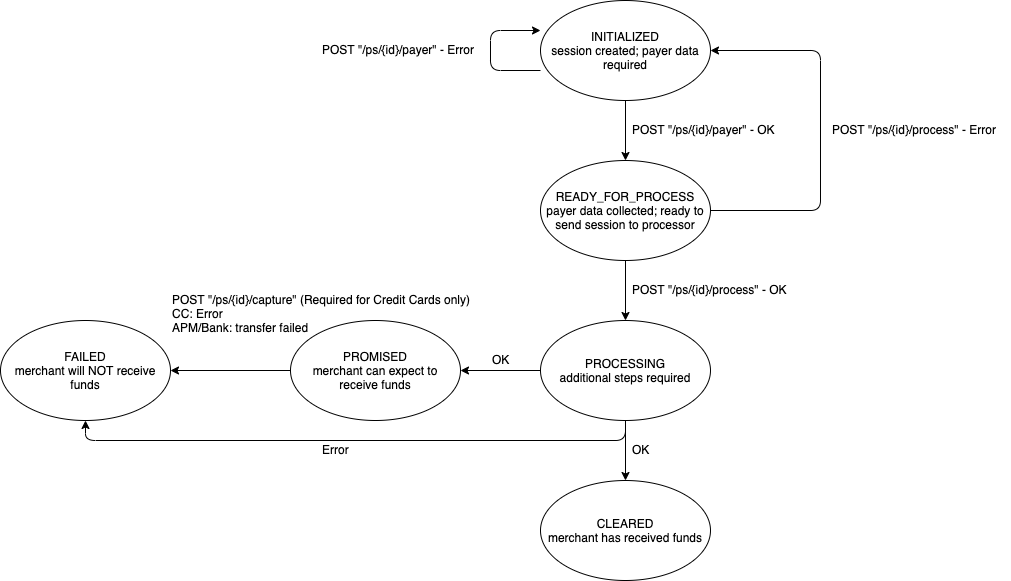
touchnetglobalpayments/broker-web-sdk keeps this draw.io diagram as docs/PaymentSession-StatusFlow.png. Above is the earlier version. Source tidied: cells renumbered, new cells last; positions are measured from the earlier drawing's top-left corner, leaving out a move shared by most shapes.
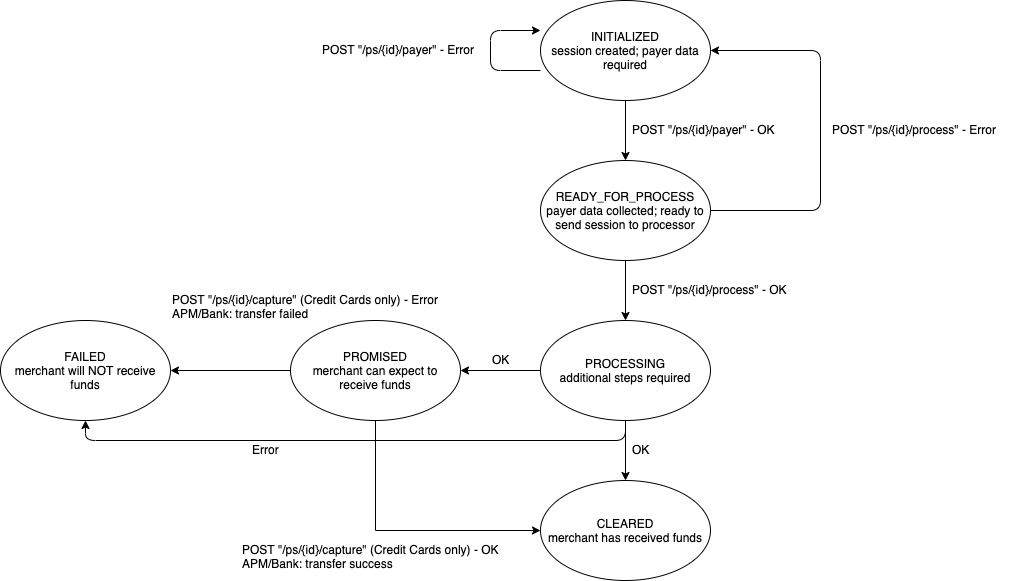
The same file after the commit.

Commit message:
Align the numbered steps here with the application integration flow on the payment broker user guide; Add another needed transition from

Diff of the diagram source:
```diff
@@ -37,6 +37,9 @@
     <mxCell id="11" style="edgeStyle=orthogonalEdgeStyle;rounded=0;jettySize=auto;html=1;exitX=0;exitY=0.5;exitDx=0;exitDy=0;entryX=1;entryY=0.5;entryDx=0;entryDy=0;" parent="1" edge="1" source="12" target="13">
       <mxGeometry relative="1" as="geometry" />
     </mxCell>
+    <mxCell id="24" style="edgeStyle=orthogonalEdgeStyle;rounded=0;jettySize=auto;html=1;entryX=0;entryY=0.5;entryDx=0;entryDy=0;exitX=0.5;exitY=1;exitDx=0;exitDy=0;" parent="1" edge="1" source="12" target="14">
+      <mxGeometry relative="1" as="geometry" />
+    </mxCell>
     <mxCell id="12" value="PROMISED&lt;br&gt;merchant can expect to receive funds" style="ellipse;whiteSpace=wrap;html=1;" parent="1" vertex="1">
       <mxGeometry x="290" y="320" width="170" height="100" as="geometry" />
     </mxCell>
@@ -58,8 +61,8 @@
     <mxCell id="18" value="POST &quot;/ps/{id}/process&quot; - OK" style="text;html=1;align=left;verticalAlign=top;spacingTop=-4;" parent="1" vertex="1">
       <mxGeometry x="630" y="280" width="170" height="20" as="geometry" />
     </mxCell>
-    <mxCell id="19" value="POST &quot;/ps/{id}/capture&quot; (Required for Credit Cards only)&lt;br&gt;CC: Error&lt;br&gt;APM/Bank: transfer failed" style="text;html=1;align=left;verticalAlign=top;spacingTop=-4;" parent="1" vertex="1">
-      <mxGeometry x="170" y="290" width="310" height="40" as="geometry" />
+    <mxCell id="19" value="POST &quot;/ps/{id}/capture&quot; (Credit Cards only) - Error&lt;br&gt;APM/Bank: transfer failed" style="text;html=1;align=left;verticalAlign=top;spacingTop=-4;" parent="1" vertex="1">
+      <mxGeometry x="170" y="290" width="280" height="30" as="geometry" />
     </mxCell>
     <mxCell id="20" value="POST &quot;/ps/{id}/payer&quot;&amp;nbsp;- Error" style="text;html=1;align=left;verticalAlign=top;spacingTop=-4;" parent="1" vertex="1">
       <mxGeometry x="320" y="40" width="170" height="20" as="geometry" />
@@ -75,10 +78,13 @@
       </mxGeometry>
     </mxCell>
     <mxCell id="22" value="Error" style="text;html=1;align=left;verticalAlign=top;spacingTop=-4;" parent="1" vertex="1">
-      <mxGeometry x="320" y="440" width="40" height="20" as="geometry" />
+      <mxGeometry x="250" y="440" width="40" height="20" as="geometry" />
     </mxCell>
     <mxCell id="23" value="POST &quot;/ps/{id}/process&quot;&amp;nbsp;- Error" style="text;html=1;align=left;verticalAlign=top;spacingTop=-4;" parent="1" vertex="1">
       <mxGeometry x="830" y="120" width="180" height="20" as="geometry" />
     </mxCell>
+    <mxCell id="25" value="POST &quot;/ps/{id}/capture&quot; (Credit Cards only) - OK&lt;br&gt;APM/Bank: transfer success" style="text;html=1;align=left;verticalAlign=top;spacingTop=-4;" parent="1" vertex="1">
+      <mxGeometry x="240" y="540" width="270" height="30" as="geometry" />
+    </mxCell>
   </root>
 </mxGraphModel>
```
